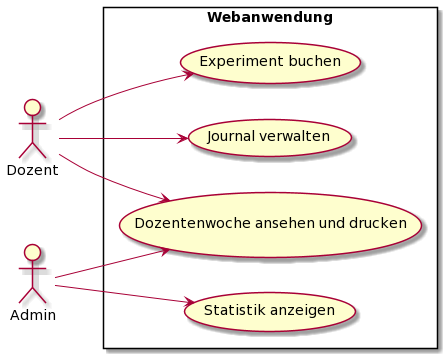
Schmiddl99/experimenteverwaltung-i2 keeps this PlantUML diagram as Dokumentationen/requirements/UC_images/UML_Diagramm_V2.0.PNG. Above is the earlier version.
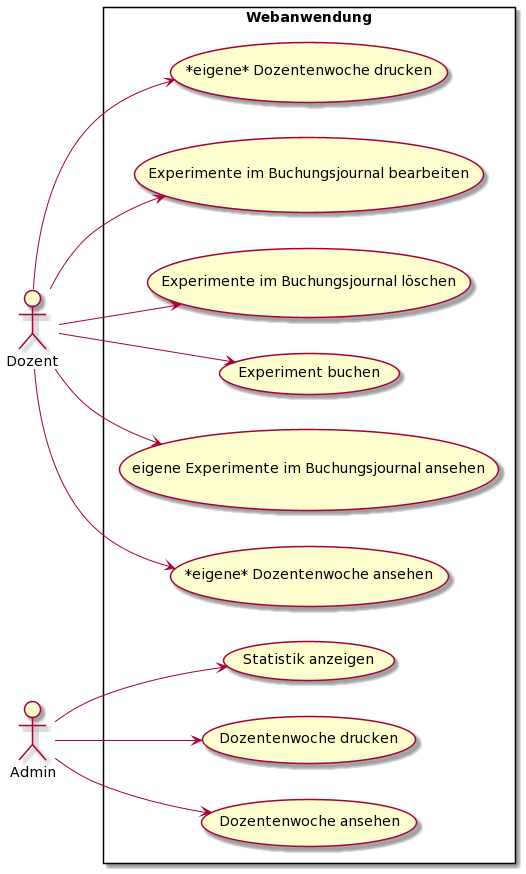
After the change.

Commit message:
updated the diagram to match the UC

refs #146

What changed in the source:
```diff
@@ -4,13 +4,22 @@
 actor "Admin" as ad
 rectangle Webanwendung {
   usecase "Experiment buchen" as UC1
-  usecase "Journal verwalten" as UC2
-  usecase "Dozentenwoche ansehen und drucken" as UC3
+  usecase "eigene Experimente im Buchungsjournal ansehen" as UC2
+  usecase "Dozentenwoche ansehen" as UC3
   usecase "Statistik anzeigen" as UC4
+  usecase "*eigene* Dozentenwoche ansehen" as UC5
+  usecase "*eigene* Dozentenwoche drucken" as UC6
+  usecase "Dozentenwoche drucken" as UC7
+  usecase "Experimente im Buchungsjournal bearbeiten" as UC8
+  usecase "Experimente im Buchungsjournal löschen" as UC9
 }
 do --> UC1
 do --> UC2
-do --> UC3
+do --> UC5
+do --> UC6
 ad --> UC3
 ad --> UC4
-@enduml
+ad --> UC7
+do --> UC8
+do --> UC9
+@endum
```
